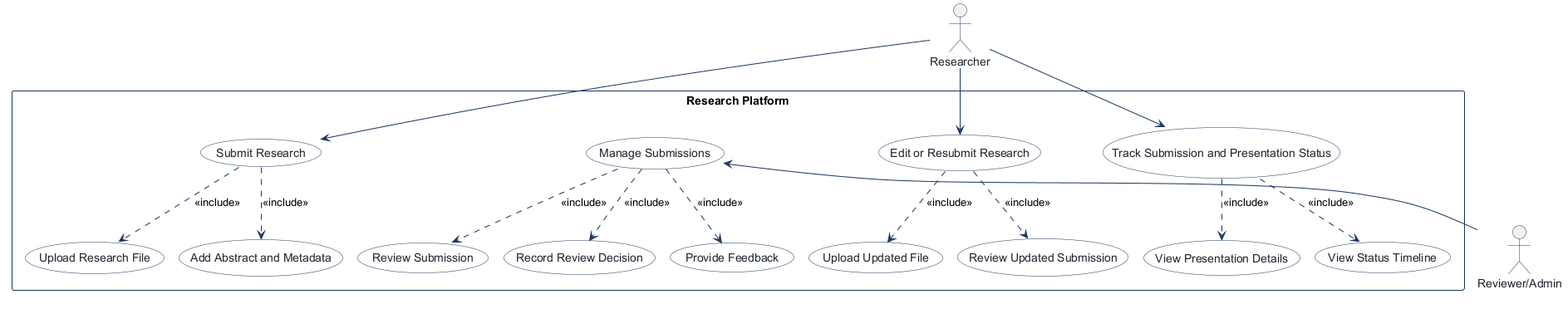
Above: docs/diagrams/use-case.png in JoshuaS05/comp3613a1 (PlantUML), before the change.
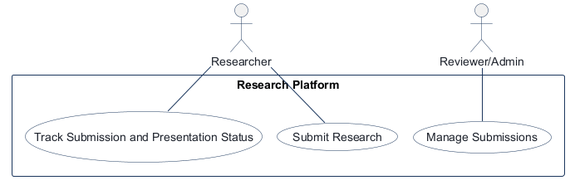
The same file after the commit.

Commit message:
Backup before restoring detailed diagrams

Diff of the diagram source:
```diff
@@ -15,34 +15,14 @@
 
 rectangle "Research Platform" {
   usecase "Submit Research" as Submit_Research
-  usecase "Upload Research File" as Upload_Research_File
-  usecase "Add Abstract and Metadata" as Add_Abstract_and_Metadata
-  usecase "Edit or Resubmit Research" as Edit_or_Resubmit_Research
-  usecase "Review Updated Submission" as Review_Updated_Submission
-  usecase "Upload Updated File" as Upload_Updated_File
   usecase "Manage Submissions" as Manage_Submissions
-  usecase "Review Submission" as Review_Submission
-  usecase "Record Review Decision" as Record_Review_Decision
-  usecase "Provide Feedback" as Provide_Feedback
   usecase "Track Submission and Presentation Status" as Track_Submission_and_Presentation_Status
-  usecase "View Status Timeline" as View_Status_Timeline
-  usecase "View Presentation Details" as View_Presentation_Details
 }
 
 actor "Reviewer/Admin" as Reviewer_Admin
 
-Researcher --> Submit_Research
-Submit_Research ..> Upload_Research_File : <<include>>
-Submit_Research ..> Add_Abstract_and_Metadata : <<include>>
-Researcher --> Edit_or_Resubmit_Research
-Edit_or_Resubmit_Research ..> Review_Updated_Submission : <<include>>
-Edit_or_Resubmit_Research ..> Upload_Updated_File : <<include>>
-Manage_Submissions <-- Reviewer_Admin
-Manage_Submissions ..> Review_Submission : <<include>>
-Manage_Submissions ..> Record_Review_Decision : <<include>>
-Manage_Submissions ..> Provide_Feedback : <<include>>
-Researcher --> Track_Submission_and_Presentation_Status
-Track_Submission_and_Presentation_Status ..> View_Status_Timeline : <<include>>
-Track_Submission_and_Presentation_Status ..> View_Presentation_Details : <<include>>
+Researcher -- Submit_Research
+Reviewer_Admin -- Manage_Submissions
+Researcher -- Track_Submission_and_Presentation_Status
 
 @enduml
```
